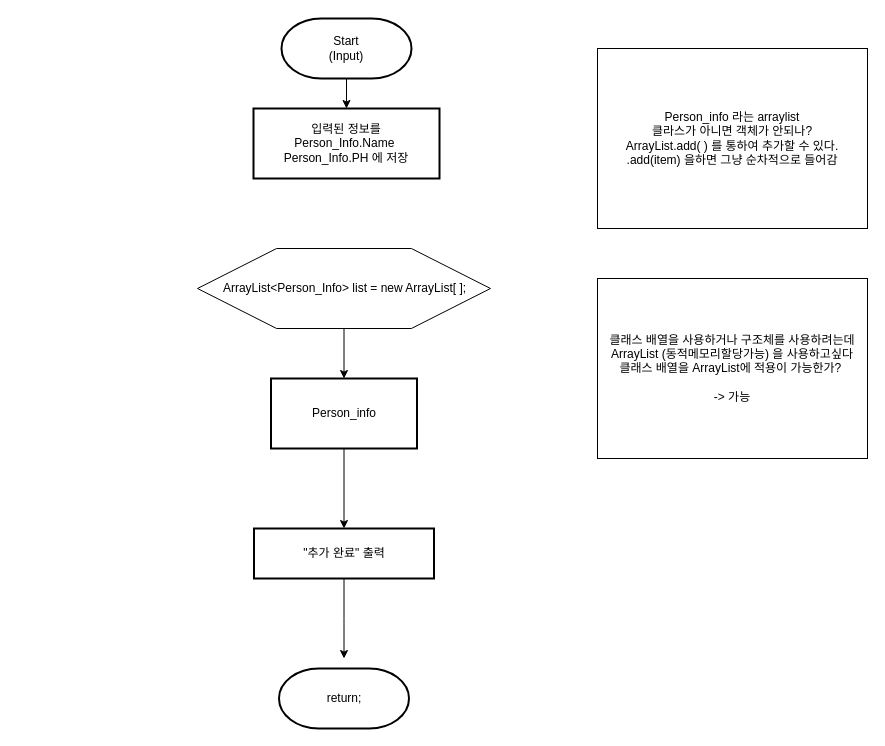
The draw.io diagram 순서도/Input 기능 순서도_java.drawio in skatld123/PH_list_java, before the edit. Source tidied: cells renumbered, new cells numbered last; positions are measured from the earlier drawing's top-left corner, leaving out a move shared by most shapes. Both pictures are drawn from the tidied source at 100%, with x=0, y=0 at pixel (197, 18).
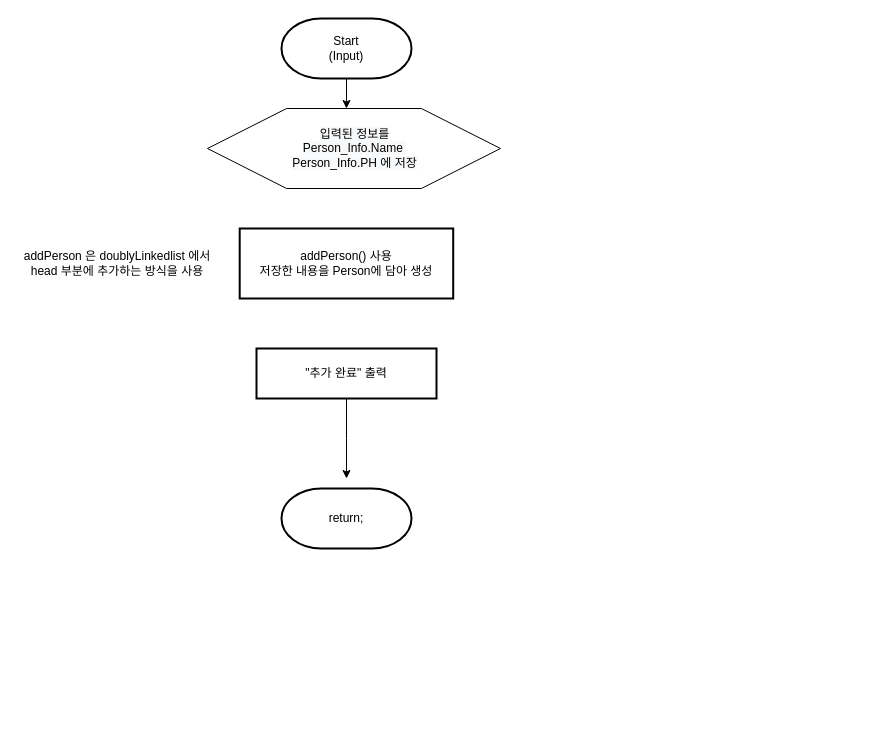
After the change.

Commit message:
Input 기능 순서도_java.drawio 업데이트

Diff of the diagram source:
```diff
@@
 <mxGraphModel>
   <root>
     <mxCell id="0" />
     <mxCell id="1" parent="0" />
-    <mxCell id="2" style="edgeStyle=orthogonalEdgeStyle;rounded=0;jettySize=auto;html=1;entryX=0.5;entryY=0;entryDx=0;entryDy=0;fontSize=13;" parent="1" edge="1" source="3" target="10">
-      <mxGeometry relative="1" as="geometry" />
-    </mxCell>
-    <mxCell id="3" value="Person_info" style="rounded=1;whiteSpace=wrap;html=1;absoluteArcSize=1;arcSize=0;strokeWidth=2;align=center;" parent="1" vertex="1">
-      <mxGeometry x="73.5" y="360" width="146" height="70" as="geometry" />
-    </mxCell>
-    <mxCell id="4" style="edgeStyle=orthogonalEdgeStyle;rounded=0;jettySize=auto;html=1;exitX=0.5;exitY=1;exitDx=0;exitDy=0;exitPerimeter=0;entryX=0.5;entryY=0;entryDx=0;entryDy=0;" parent="1" edge="1" source="5" target="13">
-      <mxGeometry relative="1" as="geometry" />
+    <mxCell id="4" style="edgeStyle=orthogonalEdgeStyle;rounded=0;jettySize=auto;html=1;exitX=0.5;exitY=1;exitDx=0;exitDy=0;exitPerimeter=0;entryX=0.5;entryY=0;entryDx=0;entryDy=0;" parent="1" edge="1" source="5">
+      <mxGeometry relative="1" as="geometry">
+        <mxPoint x="149" y="90" as="targetPoint" />
+      </mxGeometry>
     </mxCell>
     <mxCell id="5" value="Start&lt;br&gt;(Input)" style="strokeWidth=2;html=1;shape=mxgraph.flowchart.terminator;whiteSpace=wrap;" parent="1" vertex="1">
       <mxGeometry x="84" width="130" height="60" as="geometry" />
     </mxCell>
-    <mxCell id="6" style="edgeStyle=orthogonalEdgeStyle;rounded=0;jettySize=auto;html=1;exitX=0.5;exitY=1;exitDx=0;exitDy=0;entryX=0.5;entryY=0;entryDx=0;entryDy=0;" parent="1" edge="1" source="7" target="3">
-      <mxGeometry relative="1" as="geometry" />
-    </mxCell>
-    <mxCell id="7" value="ArrayList&amp;lt;Person_Info&amp;gt; list = new ArrayList[ ];" style="verticalLabelPosition=middle;verticalAlign=middle;html=1;shape=hexagon;perimeter=hexagonPerimeter2;arcSize=6;size=0.27;labelPosition=center;align=center;" parent="1" vertex="1">
-      <mxGeometry y="230" width="293" height="80" as="geometry" />
+    <mxCell id="7" value="&#10;&#10;&lt;span style=&quot;color: rgb(0, 0, 0); font-family: helvetica; font-size: 12px; font-style: normal; font-weight: 400; letter-spacing: normal; text-align: center; text-indent: 0px; text-transform: none; word-spacing: 0px; background-color: rgb(248, 249, 250); display: inline; float: none;&quot;&gt;입력된 정보를&lt;/span&gt;&lt;br style=&quot;color: rgb(0, 0, 0); font-family: helvetica; font-size: 12px; font-style: normal; font-weight: 400; letter-spacing: normal; text-align: center; text-indent: 0px; text-transform: none; word-spacing: 0px; background-color: rgb(248, 249, 250);&quot;&gt;&lt;span style=&quot;color: rgb(0, 0, 0); font-family: helvetica; font-size: 12px; font-style: normal; font-weight: 400; letter-spacing: normal; text-align: center; text-indent: 0px; text-transform: none; word-spacing: 0px; background-color: rgb(248, 249, 250); display: inline; float: none;&quot;&gt;Person_Info.Name&amp;nbsp;&lt;/span&gt;&lt;br style=&quot;color: rgb(0, 0, 0); font-family: helvetica; font-size: 12px; font-style: normal; font-weight: 400; letter-spacing: normal; text-align: center; text-indent: 0px; text-transform: none; word-spacing: 0px; background-color: rgb(248, 249, 250);&quot;&gt;&lt;span style=&quot;color: rgb(0, 0, 0); font-family: helvetica; font-size: 12px; font-style: normal; font-weight: 400; letter-spacing: normal; text-align: center; text-indent: 0px; text-transform: none; word-spacing: 0px; background-color: rgb(248, 249, 250); display: inline; float: none;&quot;&gt;Person_Info.PH 에 저장&lt;/span&gt;&#10;&#10;" style="verticalLabelPosition=middle;verticalAlign=middle;html=1;shape=hexagon;perimeter=hexagonPerimeter2;arcSize=6;size=0.27;labelPosition=center;align=center;" parent="1" vertex="1">
+      <mxGeometry x="10" y="90" width="293" height="80" as="geometry" />
     </mxCell>
     <mxCell id="8" value="return;" style="strokeWidth=2;html=1;shape=mxgraph.flowchart.terminator;whiteSpace=wrap;" parent="1" vertex="1">
-      <mxGeometry x="81.5" y="650" width="130" height="60" as="geometry" />
+      <mxGeometry x="84" y="470" width="130" height="60" as="geometry" />
     </mxCell>
     <mxCell id="9" style="edgeStyle=orthogonalEdgeStyle;rounded=0;jettySize=auto;html=1;exitX=0.5;exitY=1;exitDx=0;exitDy=0;entryX=0.5;entryY=0;entryDx=0;entryDy=0;entryPerimeter=0;fontSize=13;" parent="1" edge="1" source="10">
       <mxGeometry relative="1" as="geometry">
-        <mxPoint x="146.5" y="640" as="targetPoint" />
+        <mxPoint x="149" y="460" as="targetPoint" />
       </mxGeometry>
     </mxCell>
     <mxCell id="10" value="&quot;추가 완료&quot; 출력" style="rounded=1;whiteSpace=wrap;html=1;absoluteArcSize=1;arcSize=0;strokeWidth=2;" parent="1" vertex="1">
-      <mxGeometry x="56.5" y="510" width="180" height="50" as="geometry" />
+      <mxGeometry x="59" y="330" width="180" height="50" as="geometry" />
     </mxCell>
-    <mxCell id="11" value="클래스 배열을 사용하거나 구조체를 사용하려는데&lt;br&gt;ArrayList (동적메모리할당가능) 을 사용하고싶다&lt;br&gt;클래스 배열을 ArrayList에 적용이 가능한가?&amp;nbsp;&lt;br&gt;&lt;br&gt;-&amp;gt; 가능" style="rounded=0;whiteSpace=wrap;html=1;" parent="1" vertex="1">
-      <mxGeometry x="400" y="260" width="270" height="180" as="geometry" />
-    </mxCell>
-    <mxCell id="12" value="Person_info 라는 arraylist&lt;br&gt;클라스가 아니면 객체가 안되나?&lt;br&gt;ArrayList.add( ) 를 통하여 추가할 수 있다.&lt;br&gt;.add(item) 을하면 그냥 순차적으로 들어감" style="rounded=0;whiteSpace=wrap;html=1;" parent="1" vertex="1">
-      <mxGeometry x="400" y="30" width="270" height="180" as="geometry" />
-    </mxCell>
-    <mxCell id="13" value="입력된 정보를 &lt;br&gt;Person_Info.Name&amp;nbsp;&lt;br&gt;Person_Info.PH 에 저장" style="rounded=1;whiteSpace=wrap;html=1;absoluteArcSize=1;arcSize=0;strokeWidth=2;align=center;" parent="1" vertex="1">
-      <mxGeometry x="56" y="90" width="186" height="70" as="geometry" />
-    </mxCell>
+    <mxCell id="14" value="addPerson() 사용&lt;br&gt;저장한 내용을 Person에 담아 생성" style="rounded=1;whiteSpace=wrap;html=1;absoluteArcSize=1;arcSize=0;strokeWidth=2;align=center;" parent="1" vertex="1">
+      <mxGeometry x="42.2" y="210" width="213.5" height="70" as="geometry" />
+    </mxCell>
+    <mxCell id="15" value="addPerson 은 doublyLinkedlist 에서 head 부분에 추가하는 방식을 사용" style="text;html=1;strokeColor=none;fillColor=none;align=center;verticalAlign=middle;whiteSpace=wrap;rounded=0;" parent="1" vertex="1">
+      <mxGeometry x="-180" y="180" width="200" height="130" as="geometry" />
+    </mxCell>
   </root>
 </mxGraphModel>
```
